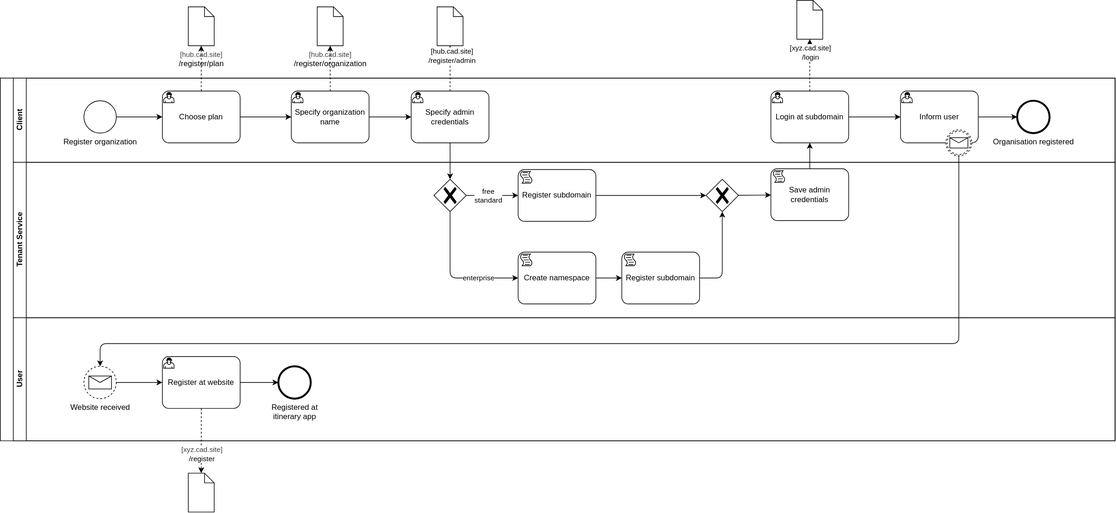
Above: docs/registration.drawio.svg in CloudAppDevProject/CloudAppDev (draw.io), before the change. Source tidied: cells renumbered, new cells last; positions are measured from the earlier drawing's top-left corner, leaving out a move shared by most shapes.
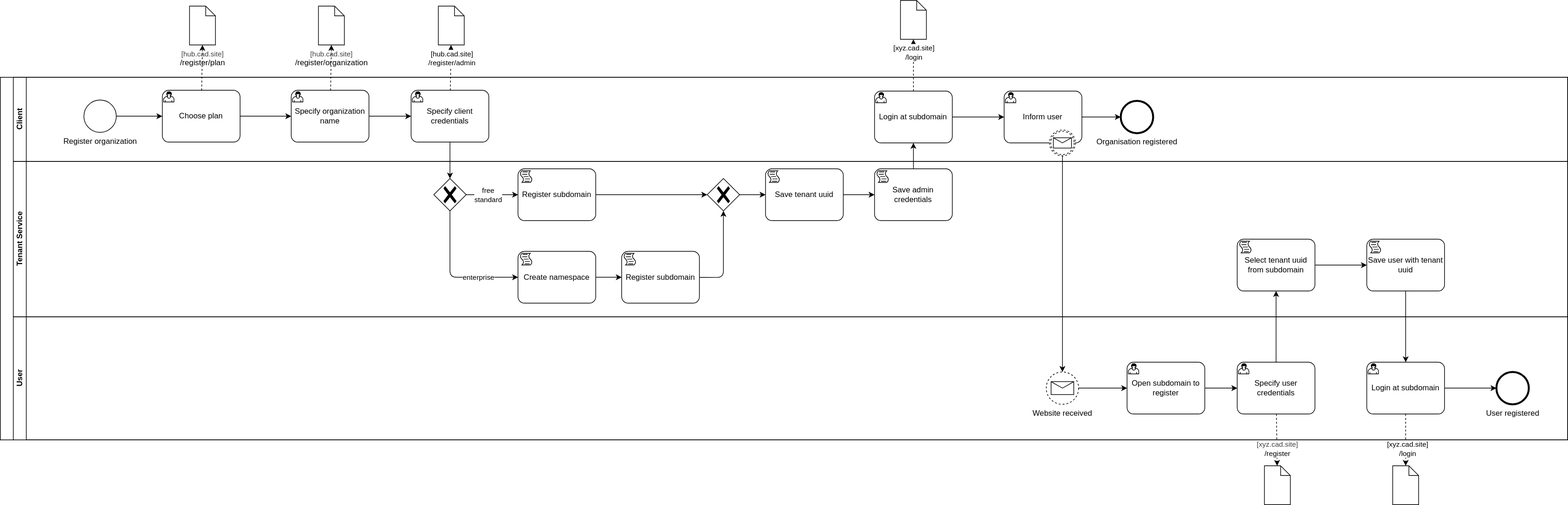
Above is the later version.

Commit message:
change registration flow

What changed in the source:
```diff
@@ -5,6 +5,6 @@
     <mxCell id="2" style="swimlane;html=1;horizontal=0;startSize=20;whiteSpace=wrap;" parent="1" vertex="1">
-      <mxGeometry y="120" width="1720" height="560" as="geometry" />
+      <mxGeometry x="-2" y="120" width="2419" height="560" as="geometry" />
     </mxCell>
     <mxCell id="3" value="Client" style="swimlane;html=1;startSize=20;horizontal=0;" parent="2" vertex="1">
-      <mxGeometry x="20" width="1700" height="130" as="geometry" />
+      <mxGeometry x="20" width="2399" height="130" as="geometry" />
     </mxCell>
@@ -19,3 +19,3 @@
     </mxCell>
-    <mxCell id="7" value="Specify admin credentials" style="points=[[0.25,0,0],[0.5,0,0],[0.75,0,0],[1,0.25,0],[1,0.5,0],[1,0.75,0],[0.75,1,0],[0.5,1,0],[0.25,1,0],[0,0.75,0],[0,0.5,0],[0,0.25,0]];shape=mxgraph.bpmn.task;whiteSpace=wrap;rectStyle=rounded;size=10;html=1;taskMarker=user;" parent="3" vertex="1">
+    <mxCell id="7" value="Specify client credentials" style="points=[[0.25,0,0],[0.5,0,0],[0.75,0,0],[1,0.25,0],[1,0.5,0],[1,0.75,0],[0.75,1,0],[0.5,1,0],[0.25,1,0],[0,0.75,0],[0,0.5,0],[0,0.25,0]];shape=mxgraph.bpmn.task;whiteSpace=wrap;rectStyle=rounded;size=10;html=1;taskMarker=user;" parent="3" vertex="1">
       <mxGeometry x="614" y="20" width="120" height="80" as="geometry" />
@@ -31,22 +31,4 @@
     </mxCell>
-    <mxCell id="11" value="Login at subdomain" style="points=[[0.25,0,0],[0.5,0,0],[0.75,0,0],[1,0.25,0],[1,0.5,0],[1,0.75,0],[0.75,1,0],[0.5,1,0],[0.25,1,0],[0,0.75,0],[0,0.5,0],[0,0.25,0]];shape=mxgraph.bpmn.task;whiteSpace=wrap;rectStyle=rounded;size=10;html=1;taskMarker=user;" parent="3" vertex="1">
-      <mxGeometry x="1169" y="20" width="120" height="80" as="geometry" />
-    </mxCell>
-    <mxCell id="12" value="Organisation registered" style="points=[[0.145,0.145,0],[0.5,0,0],[0.855,0.145,0],[1,0.5,0],[0.855,0.855,0],[0.5,1,0],[0.145,0.855,0],[0,0.5,0]];shape=mxgraph.bpmn.event;html=1;verticalLabelPosition=bottom;labelBackgroundColor=#ffffff;verticalAlign=top;align=center;perimeter=ellipsePerimeter;outlineConnect=0;outline=end;symbol=terminate2;" parent="3" vertex="1">
-      <mxGeometry x="1549" y="35" width="50" height="50" as="geometry" />
-    </mxCell>
-    <mxCell id="13" style="edgeStyle=none;html=1;" parent="3" edge="1" source="14" target="12">
-      <mxGeometry relative="1" as="geometry" />
-    </mxCell>
-    <mxCell id="14" value="Inform user" style="points=[[0.25,0,0],[0.5,0,0],[0.75,0,0],[1,0.25,0],[1,0.5,0],[1,0.75,0],[0.75,1,0],[0.5,1,0],[0.25,1,0],[0,0.75,0],[0,0.5,0],[0,0.25,0]];shape=mxgraph.bpmn.task;whiteSpace=wrap;rectStyle=rounded;size=10;html=1;taskMarker=user;" parent="3" vertex="1">
-      <mxGeometry x="1369" y="20" width="120" height="80" as="geometry" />
-    </mxCell>
-    <mxCell id="15" style="points=[[0.145,0.145,0],[0.5,0,0],[0.855,0.145,0],[1,0.5,0],[0.855,0.855,0],[0.5,1,0],[0.145,0.855,0],[0,0.5,0]];shape=mxgraph.bpmn.event;html=1;verticalLabelPosition=bottom;labelBackgroundColor=#ffffff;verticalAlign=top;align=center;perimeter=ellipsePerimeter;outlineConnect=0;outline=boundNonint;symbol=message;" parent="14" vertex="1">
-      <mxGeometry x="70" y="60" width="40" height="40" as="geometry" />
-    </mxCell>
-    <mxCell id="16" style="edgeStyle=none;html=1;entryX=0;entryY=0.5;entryDx=0;entryDy=0;entryPerimeter=0;" parent="3" edge="1" source="11" target="14">
-      <mxGeometry relative="1" as="geometry" />
-    </mxCell>
     <mxCell id="17" value="Tenant Service" style="swimlane;html=1;startSize=20;horizontal=0;" parent="2" vertex="1">
-      <mxGeometry x="20" y="130" width="1700" height="240" as="geometry" />
+      <mxGeometry x="20" y="130" width="2399" height="240" as="geometry" />
     </mxCell>
@@ -72,2 +54,9 @@
     </mxCell>
+    <mxCell id="28" style="edgeStyle=none;html=1;" parent="17" edge="1" source="24" target="27">
+      <mxGeometry relative="1" as="geometry">
+        <Array as="points">
+          <mxPoint x="1096" y="179" />
+        </Array>
+      </mxGeometry>
+    </mxCell>
     <mxCell id="24" value="Register subdomain" style="points=[[0.25,0,0],[0.5,0,0],[0.75,0,0],[1,0.25,0],[1,0.5,0],[1,0.75,0],[0.75,1,0],[0.5,1,0],[0.25,1,0],[0,0.75,0],[0,0.5,0],[0,0.25,0]];shape=mxgraph.bpmn.task;whiteSpace=wrap;rectStyle=rounded;size=10;html=1;taskMarker=script;" parent="17" vertex="1">
@@ -78,15 +67,8 @@
     </mxCell>
-    <mxCell id="26" style="edgeStyle=none;html=1;" parent="17" edge="1" source="27" target="31">
-      <mxGeometry relative="1" as="geometry" />
-    </mxCell>
+    <mxCell id="54" style="edgeStyle=none;html=1;" parent="17" edge="1" source="27" target="56">
+      <mxGeometry relative="1" as="geometry" />
+    </mxCell>
     <mxCell id="27" style="points=[[0.25,0.25,0],[0.5,0,0],[0.75,0.25,0],[1,0.5,0],[0.75,0.75,0],[0.5,1,0],[0.25,0.75,0],[0,0.5,0]];shape=mxgraph.bpmn.gateway2;html=1;verticalLabelPosition=bottom;labelBackgroundColor=#ffffff;verticalAlign=top;align=center;perimeter=rhombusPerimeter;outlineConnect=0;outline=none;symbol=none;gwType=exclusive;" parent="17" vertex="1">
-      <mxGeometry x="1069" y="26.2" width="50" height="50" as="geometry" />
+      <mxGeometry x="1071" y="26.2" width="50" height="50" as="geometry" />
     </mxCell>
-    <mxCell id="28" style="edgeStyle=none;html=1;entryX=0.5;entryY=1;entryDx=0;entryDy=0;entryPerimeter=0;" parent="17" edge="1" source="24" target="27">
-      <mxGeometry relative="1" as="geometry">
-        <Array as="points">
-          <mxPoint x="1094" y="178.8" />
-        </Array>
-      </mxGeometry>
-    </mxCell>
     <mxCell id="29" style="edgeStyle=none;html=1;entryX=0;entryY=0.5;entryDx=0;entryDy=0;entryPerimeter=0;" parent="17" edge="1" source="20" target="23">
@@ -101,5 +83,43 @@
     </mxCell>
+    <mxCell id="11" value="Login at subdomain" style="points=[[0.25,0,0],[0.5,0,0],[0.75,0,0],[1,0.25,0],[1,0.5,0],[1,0.75,0],[0.75,1,0],[0.5,1,0],[0.25,1,0],[0,0.75,0],[0,0.5,0],[0,0.25,0]];shape=mxgraph.bpmn.task;whiteSpace=wrap;rectStyle=rounded;size=10;html=1;taskMarker=user;" parent="17" vertex="1">
+      <mxGeometry x="1329.2" y="-108.8" width="120" height="80" as="geometry" />
+    </mxCell>
+    <mxCell id="12" value="Organisation registered" style="points=[[0.145,0.145,0],[0.5,0,0],[0.855,0.145,0],[1,0.5,0],[0.855,0.855,0],[0.5,1,0],[0.145,0.855,0],[0,0.5,0]];shape=mxgraph.bpmn.event;html=1;verticalLabelPosition=bottom;labelBackgroundColor=#ffffff;verticalAlign=top;align=center;perimeter=ellipsePerimeter;outlineConnect=0;outline=end;symbol=terminate2;" parent="17" vertex="1">
+      <mxGeometry x="1709.2" y="-93.8" width="50" height="50" as="geometry" />
+    </mxCell>
+    <mxCell id="13" style="edgeStyle=none;html=1;" parent="17" edge="1" source="14" target="12">
+      <mxGeometry relative="1" as="geometry" />
+    </mxCell>
+    <mxCell id="14" value="Inform user" style="points=[[0.25,0,0],[0.5,0,0],[0.75,0,0],[1,0.25,0],[1,0.5,0],[1,0.75,0],[0.75,1,0],[0.5,1,0],[0.25,1,0],[0,0.75,0],[0,0.5,0],[0,0.25,0]];shape=mxgraph.bpmn.task;whiteSpace=wrap;rectStyle=rounded;size=10;html=1;taskMarker=user;" parent="17" vertex="1">
+      <mxGeometry x="1529.2" y="-108.8" width="120" height="80" as="geometry" />
+    </mxCell>
+    <mxCell id="15" style="points=[[0.145,0.145,0],[0.5,0,0],[0.855,0.145,0],[1,0.5,0],[0.855,0.855,0],[0.5,1,0],[0.145,0.855,0],[0,0.5,0]];shape=mxgraph.bpmn.event;html=1;verticalLabelPosition=bottom;labelBackgroundColor=#ffffff;verticalAlign=top;align=center;perimeter=ellipsePerimeter;outlineConnect=0;outline=boundNonint;symbol=message;" parent="14" vertex="1">
+      <mxGeometry x="70" y="60" width="40" height="40" as="geometry" />
+    </mxCell>
+    <mxCell id="16" style="edgeStyle=none;html=1;entryX=0;entryY=0.5;entryDx=0;entryDy=0;entryPerimeter=0;" parent="17" edge="1" source="11" target="14">
+      <mxGeometry relative="1" as="geometry" />
+    </mxCell>
     <mxCell id="31" value="Save admin credentials" style="points=[[0.25,0,0],[0.5,0,0],[0.75,0,0],[1,0.25,0],[1,0.5,0],[1,0.75,0],[0.75,1,0],[0.5,1,0],[0.25,1,0],[0,0.75,0],[0,0.5,0],[0,0.25,0]];shape=mxgraph.bpmn.task;whiteSpace=wrap;rectStyle=rounded;size=10;html=1;taskMarker=script;" parent="17" vertex="1">
-      <mxGeometry x="1169" y="10" width="120" height="80" as="geometry" />
+      <mxGeometry x="1329.2" y="11.2" width="120" height="80" as="geometry" />
     </mxCell>
+    <mxCell id="33" style="edgeStyle=none;html=1;entryX=0.5;entryY=1;entryDx=0;entryDy=0;entryPerimeter=0;" parent="17" edge="1" source="31" target="11">
+      <mxGeometry relative="1" as="geometry" />
+    </mxCell>
+    <mxCell id="44" style="shape=mxgraph.bpmn.data;labelPosition=center;verticalLabelPosition=bottom;align=center;verticalAlign=top;size=15;html=1;" parent="17" vertex="1">
+      <mxGeometry x="1369.2" y="-248.8" width="40" height="60" as="geometry" />
+    </mxCell>
+    <mxCell id="50" style="edgeStyle=none;shape=connector;rounded=1;html=1;dashed=1;strokeColor=default;align=center;verticalAlign=middle;fontFamily=Helvetica;fontSize=11;fontColor=default;labelBackgroundColor=default;endArrow=classic;" parent="17" edge="1" source="11" target="44">
+      <mxGeometry relative="1" as="geometry" />
+    </mxCell>
+    <mxCell id="51" value="&lt;div&gt;[xyz.cad.site]&lt;/div&gt;/login" style="edgeLabel;html=1;align=center;verticalAlign=middle;fontFamily=Helvetica;fontSize=11;fontColor=default;labelBackgroundColor=default;" parent="50" vertex="1">
+      <mxGeometry x="0.34" y="-2" relative="1" as="geometry">
+        <mxPoint x="-2" y="-6" as="offset" />
+      </mxGeometry>
+    </mxCell>
+    <mxCell id="55" style="edgeStyle=none;html=1;" parent="17" edge="1" source="56" target="31">
+      <mxGeometry relative="1" as="geometry" />
+    </mxCell>
+    <mxCell id="56" value="Save tenant uuid" style="points=[[0.25,0,0],[0.5,0,0],[0.75,0,0],[1,0.25,0],[1,0.5,0],[1,0.75,0],[0.75,1,0],[0.5,1,0],[0.25,1,0],[0,0.75,0],[0,0.5,0],[0,0.25,0]];shape=mxgraph.bpmn.task;whiteSpace=wrap;rectStyle=rounded;size=10;html=1;taskMarker=script;" parent="17" vertex="1">
+      <mxGeometry x="1161" y="11.2" width="120" height="80" as="geometry" />
+    </mxCell>
     <mxCell id="32" style="edgeStyle=none;html=1;entryX=0.5;entryY=0;entryDx=0;entryDy=0;entryPerimeter=0;" parent="2" edge="1" source="7" target="20">
@@ -107,31 +127,47 @@
     </mxCell>
-    <mxCell id="33" style="edgeStyle=none;html=1;entryX=0.5;entryY=1;entryDx=0;entryDy=0;entryPerimeter=0;" parent="2" edge="1" source="31" target="11">
-      <mxGeometry relative="1" as="geometry" />
-    </mxCell>
+    <mxCell id="35" value="&lt;span style=&quot;color: rgb(0, 0, 0);&quot;&gt;User&lt;/span&gt;" style="swimlane;html=1;startSize=20;horizontal=0;" parent="2" vertex="1">
+      <mxGeometry x="20" y="370" width="2399" height="190" as="geometry" />
+    </mxCell>
+    <mxCell id="57" style="edgeStyle=none;html=1;" parent="35" edge="1" source="37" target="66">
+      <mxGeometry relative="1" as="geometry" />
+    </mxCell>
+    <mxCell id="37" value="Website received" style="points=[[0.145,0.145,0],[0.5,0,0],[0.855,0.145,0],[1,0.5,0],[0.855,0.855,0],[0.5,1,0],[0.145,0.855,0],[0,0.5,0]];shape=mxgraph.bpmn.event;html=1;verticalLabelPosition=bottom;labelBackgroundColor=#ffffff;verticalAlign=top;align=center;perimeter=ellipsePerimeter;outlineConnect=0;outline=eventNonint;symbol=message;" parent="35" vertex="1">
+      <mxGeometry x="1594.2" y="85" width="50" height="50" as="geometry" />
+    </mxCell>
+    <mxCell id="58" style="edgeStyle=none;html=1;" parent="35" edge="1" source="59" target="62">
+      <mxGeometry relative="1" as="geometry" />
+    </mxCell>
+    <mxCell id="39" value="Specify user credentials" style="points=[[0.25,0,0],[0.5,0,0],[0.75,0,0],[1,0.25,0],[1,0.5,0],[1,0.75,0],[0.75,1,0],[0.5,1,0],[0.25,1,0],[0,0.75,0],[0,0.5,0],[0,0.25,0]];shape=mxgraph.bpmn.task;whiteSpace=wrap;rectStyle=rounded;size=10;html=1;taskMarker=user;" parent="35" vertex="1">
+      <mxGeometry x="1889" y="70" width="120" height="80" as="geometry" />
+    </mxCell>
+    <mxCell id="59" value="Select tenant uuid from subdomain" style="points=[[0.25,0,0],[0.5,0,0],[0.75,0,0],[1,0.25,0],[1,0.5,0],[1,0.75,0],[0.75,1,0],[0.5,1,0],[0.25,1,0],[0,0.75,0],[0,0.5,0],[0,0.25,0]];shape=mxgraph.bpmn.task;whiteSpace=wrap;rectStyle=rounded;size=10;html=1;taskMarker=script;" parent="35" vertex="1">
+      <mxGeometry x="1889" y="-120" width="120" height="80" as="geometry" />
+    </mxCell>
+    <mxCell id="60" style="edgeStyle=none;html=1;" parent="35" edge="1" source="39" target="59">
+      <mxGeometry relative="1" as="geometry" />
+    </mxCell>
+    <mxCell id="61" style="edgeStyle=none;html=1;" parent="35" edge="1" source="62" target="64">
+      <mxGeometry relative="1" as="geometry" />
+    </mxCell>
+    <mxCell id="62" value="Save user with tenant uuid" style="points=[[0.25,0,0],[0.5,0,0],[0.75,0,0],[1,0.25,0],[1,0.5,0],[1,0.75,0],[0.75,1,0],[0.5,1,0],[0.25,1,0],[0,0.75,0],[0,0.5,0],[0,0.25,0]];shape=mxgraph.bpmn.task;whiteSpace=wrap;rectStyle=rounded;size=10;html=1;taskMarker=script;" parent="35" vertex="1">
+      <mxGeometry x="2089" y="-120" width="120" height="80" as="geometry" />
+    </mxCell>
+    <mxCell id="63" style="edgeStyle=none;html=1;" parent="35" edge="1" source="64" target="67">
+      <mxGeometry relative="1" as="geometry" />
+    </mxCell>
+    <mxCell id="64" value="Login at subdomain" style="points=[[0.25,0,0],[0.5,0,0],[0.75,0,0],[1,0.25,0],[1,0.5,0],[1,0.75,0],[0.75,1,0],[0.5,1,0],[0.25,1,0],[0,0.75,0],[0,0.5,0],[0,0.25,0]];shape=mxgraph.bpmn.task;whiteSpace=wrap;rectStyle=rounded;size=10;html=1;taskMarker=user;" parent="35" vertex="1">
+      <mxGeometry x="2089" y="70" width="120" height="80" as="geometry" />
+    </mxCell>
+    <mxCell id="65" style="edgeStyle=none;html=1;" parent="35" edge="1" source="66" target="39">
+      <mxGeometry relative="1" as="geometry" />
+    </mxCell>
+    <mxCell id="66" value="Open subdomain to register" style="points=[[0.25,0,0],[0.5,0,0],[0.75,0,0],[1,0.25,0],[1,0.5,0],[1,0.75,0],[0.75,1,0],[0.5,1,0],[0.25,1,0],[0,0.75,0],[0,0.5,0],[0,0.25,0]];shape=mxgraph.bpmn.task;whiteSpace=wrap;rectStyle=rounded;size=10;html=1;taskMarker=user;" parent="35" vertex="1">
+      <mxGeometry x="1719" y="70" width="120" height="80" as="geometry" />
+    </mxCell>
+    <mxCell id="67" value="User registered" style="points=[[0.145,0.145,0],[0.5,0,0],[0.855,0.145,0],[1,0.5,0],[0.855,0.855,0],[0.5,1,0],[0.145,0.855,0],[0,0.5,0]];shape=mxgraph.bpmn.event;html=1;verticalLabelPosition=bottom;labelBackgroundColor=#ffffff;verticalAlign=top;align=center;perimeter=ellipsePerimeter;outlineConnect=0;outline=end;symbol=terminate2;" parent="35" vertex="1">
+      <mxGeometry x="2289" y="85" width="50" height="50" as="geometry" />
+    </mxCell>
     <mxCell id="34" style="edgeStyle=none;html=1;" parent="2" edge="1" source="15" target="37">
-      <mxGeometry relative="1" as="geometry">
-        <Array as="points">
-          <mxPoint x="1479" y="410" />
-          <mxPoint x="154" y="410" />
-        </Array>
-      </mxGeometry>
+      <mxGeometry relative="1" as="geometry" />
     </mxCell>
-    <mxCell id="35" value="&lt;span style=&quot;color: rgb(0, 0, 0);&quot;&gt;User&lt;/span&gt;" style="swimlane;html=1;startSize=20;horizontal=0;" parent="2" vertex="1">
-      <mxGeometry x="20" y="370" width="1700" height="190" as="geometry" />
-    </mxCell>
-    <mxCell id="36" style="edgeStyle=none;html=1;" parent="35" edge="1" source="37" target="39">
-      <mxGeometry relative="1" as="geometry" />
-    </mxCell>
-    <mxCell id="37" value="Website received" style="points=[[0.145,0.145,0],[0.5,0,0],[0.855,0.145,0],[1,0.5,0],[0.855,0.855,0],[0.5,1,0],[0.145,0.855,0],[0,0.5,0]];shape=mxgraph.bpmn.event;html=1;verticalLabelPosition=bottom;labelBackgroundColor=#ffffff;verticalAlign=top;align=center;perimeter=ellipsePerimeter;outlineConnect=0;outline=eventNonint;symbol=message;" parent="35" vertex="1">
-      <mxGeometry x="109" y="75" width="50" height="50" as="geometry" />
-    </mxCell>
-    <mxCell id="38" style="edgeStyle=none;html=1;" parent="35" edge="1" source="39" target="40">
-      <mxGeometry relative="1" as="geometry" />
-    </mxCell>
-    <mxCell id="39" value="Register at website" style="points=[[0.25,0,0],[0.5,0,0],[0.75,0,0],[1,0.25,0],[1,0.5,0],[1,0.75,0],[0.75,1,0],[0.5,1,0],[0.25,1,0],[0,0.75,0],[0,0.5,0],[0,0.25,0]];shape=mxgraph.bpmn.task;whiteSpace=wrap;rectStyle=rounded;size=10;html=1;taskMarker=user;" parent="35" vertex="1">
-      <mxGeometry x="230" y="60" width="120" height="80" as="geometry" />
-    </mxCell>
-    <mxCell id="40" value="Registered at&lt;div&gt;itinerary app&lt;/div&gt;" style="points=[[0.145,0.145,0],[0.5,0,0],[0.855,0.145,0],[1,0.5,0],[0.855,0.855,0],[0.5,1,0],[0.145,0.855,0],[0,0.5,0]];shape=mxgraph.bpmn.event;html=1;verticalLabelPosition=bottom;labelBackgroundColor=#ffffff;verticalAlign=top;align=center;perimeter=ellipsePerimeter;outlineConnect=0;outline=end;symbol=terminate2;" parent="35" vertex="1">
-      <mxGeometry x="409" y="75" width="50" height="50" as="geometry" />
-    </mxCell>
     <mxCell id="41" value="&lt;div&gt;&lt;span style=&quot;color: rgb(63, 63, 63); font-size: 11px; background-color: rgb(255, 255, 255);&quot;&gt;[hub.cad.site]&lt;/span&gt;&lt;/div&gt;/register/plan" style="shape=mxgraph.bpmn.data;labelPosition=center;verticalLabelPosition=bottom;align=center;verticalAlign=top;size=15;html=1;" parent="1" vertex="1">
@@ -145,7 +181,4 @@
     </mxCell>
-    <mxCell id="44" style="shape=mxgraph.bpmn.data;labelPosition=center;verticalLabelPosition=bottom;align=center;verticalAlign=top;size=15;html=1;" parent="1" vertex="1">
-      <mxGeometry x="1229" width="40" height="60" as="geometry" />
-    </mxCell>
     <mxCell id="45" style="shape=mxgraph.bpmn.data;labelPosition=center;verticalLabelPosition=bottom;align=center;verticalAlign=top;size=15;html=1;" parent="1" vertex="1">
-      <mxGeometry x="290" y="730" width="40" height="60" as="geometry" />
+      <mxGeometry x="1949" y="720" width="40" height="60" as="geometry" />
     </mxCell>
@@ -161,12 +194,6 @@
     <mxCell id="49" value="&lt;div&gt;[hub.cad.site]&lt;/div&gt;/register/admin" style="edgeLabel;html=1;align=center;verticalAlign=middle;fontFamily=Helvetica;fontSize=11;fontColor=default;labelBackgroundColor=default;" parent="48" vertex="1">
-      <mxGeometry x="0.55" y="-2" relative="1" as="geometry" />
+      <mxGeometry x="0.55" y="-2" relative="1" as="geometry">
+        <mxPoint x="-1" y="5" as="offset" />
+      </mxGeometry>
     </mxCell>
-    <mxCell id="50" style="edgeStyle=none;shape=connector;rounded=1;html=1;dashed=1;strokeColor=default;align=center;verticalAlign=middle;fontFamily=Helvetica;fontSize=11;fontColor=default;labelBackgroundColor=default;endArrow=classic;" parent="1" edge="1" source="11" target="44">
-      <mxGeometry relative="1" as="geometry" />
-    </mxCell>
-    <mxCell id="51" value="&lt;div&gt;[xyz.cad.site]&lt;/div&gt;/login" style="edgeLabel;html=1;align=center;verticalAlign=middle;fontFamily=Helvetica;fontSize=11;fontColor=default;labelBackgroundColor=default;" parent="50" vertex="1">
-      <mxGeometry x="0.34" y="-2" relative="1" as="geometry">
-        <mxPoint x="-2" y="-6" as="offset" />
-      </mxGeometry>
-    </mxCell>
     <mxCell id="52" style="edgeStyle=none;shape=connector;rounded=1;html=1;dashed=1;strokeColor=default;align=center;verticalAlign=middle;fontFamily=Helvetica;fontSize=11;fontColor=default;labelBackgroundColor=default;endArrow=classic;" parent="1" edge="1" source="39" target="45">
@@ -179,2 +206,11 @@
     </mxCell>
+    <mxCell id="68" style="shape=mxgraph.bpmn.data;labelPosition=center;verticalLabelPosition=bottom;align=center;verticalAlign=top;size=15;html=1;" parent="1" vertex="1">
+      <mxGeometry x="2147" y="720" width="40" height="60" as="geometry" />
+    </mxCell>
+    <mxCell id="69" style="edgeStyle=none;html=1;dashed=1;" parent="1" edge="1" source="64" target="68">
+      <mxGeometry relative="1" as="geometry" />
+    </mxCell>
+    <mxCell id="70" value="[xyz.cad.site]&lt;div&gt;/login&lt;/div&gt;" style="edgeLabel;html=1;align=center;verticalAlign=middle;" parent="69" vertex="1">
+      <mxGeometry x="0.35" y="2" relative="1" as="geometry" />
+    </mxCell>
   </root>
```
